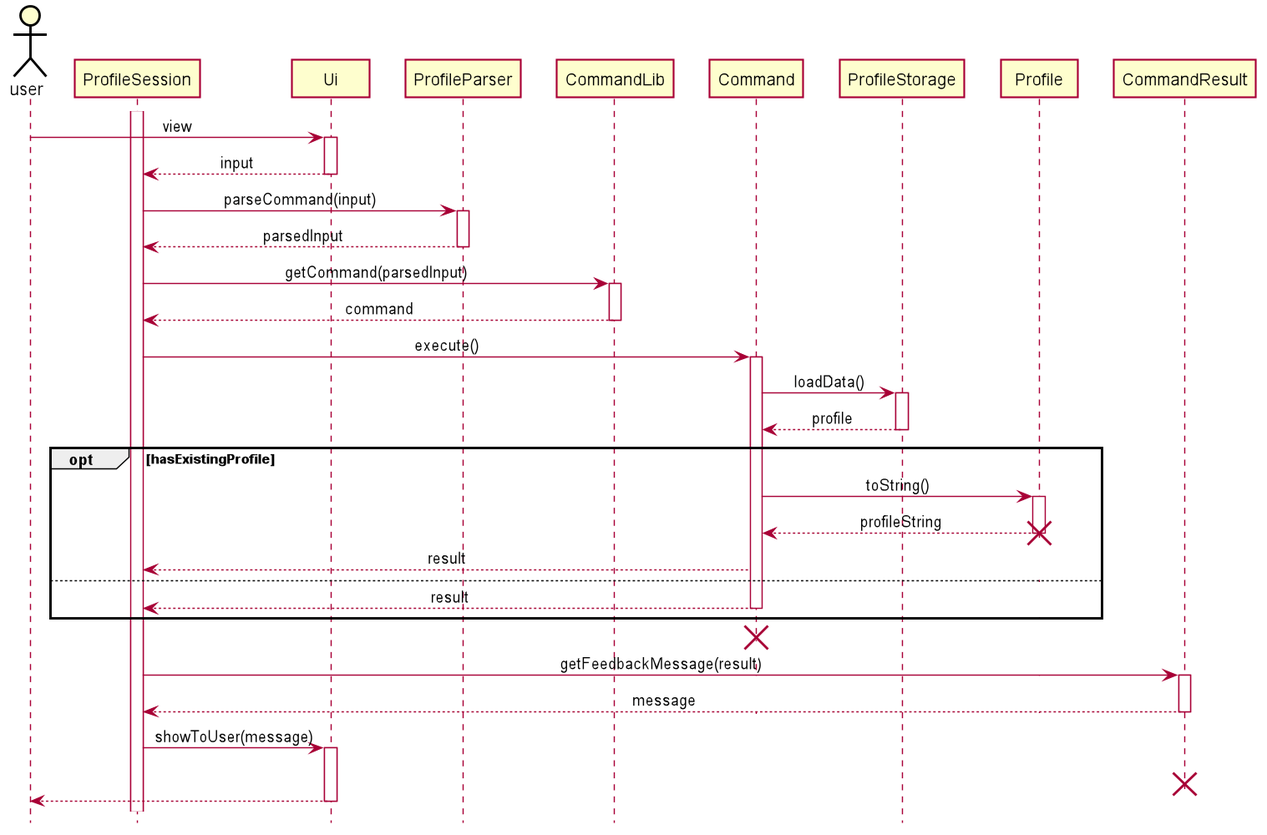
The PlantUML diagram docs/pictures/khoa/ViewProfile.png in zsk612/tp, before a commit.
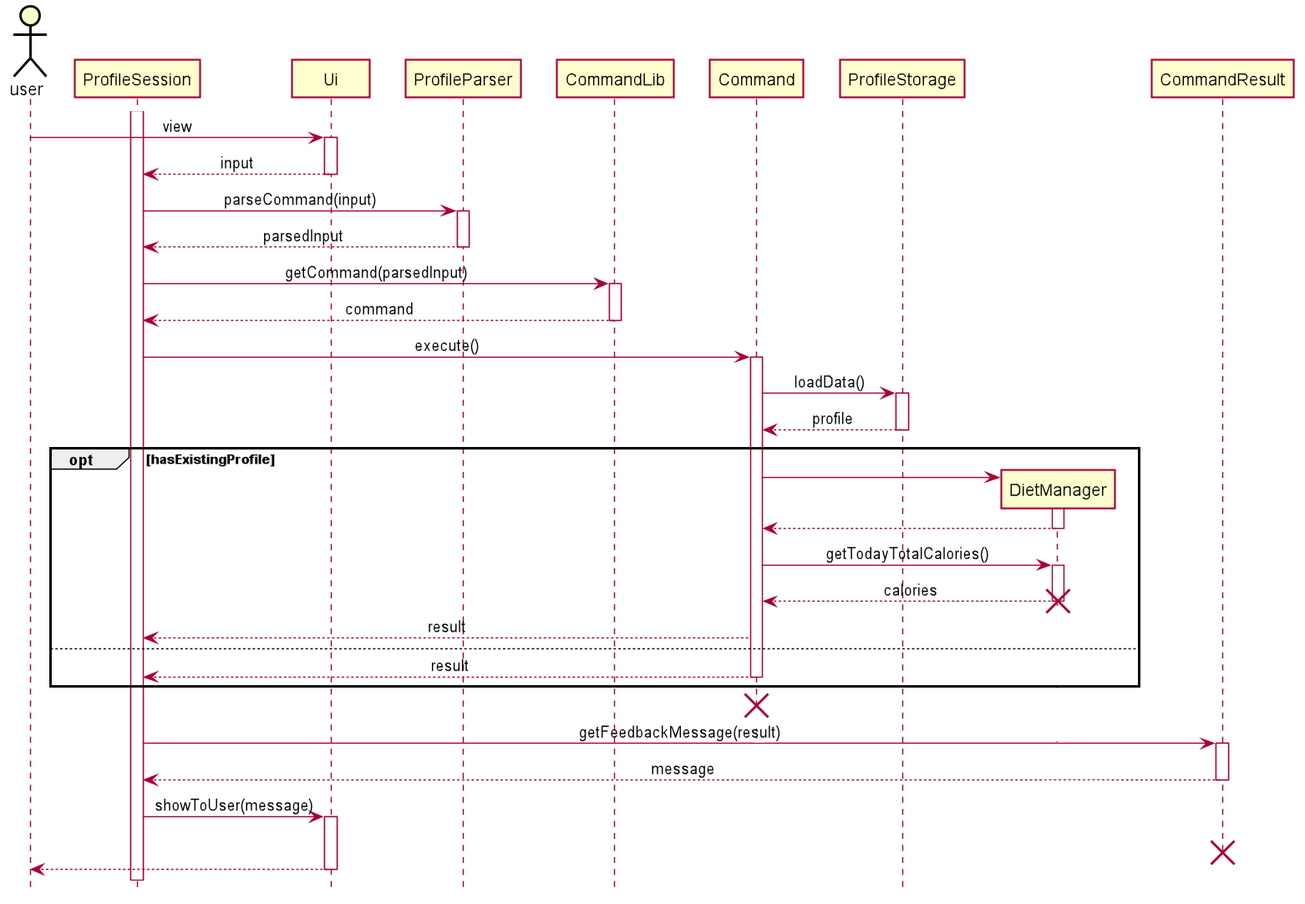
Above is the later version.

Commit message:
Update view profile in DG

Change to the diagram source:
```diff
@@ -57,10 +57,12 @@
 ProfileStorage --> Command -- : profile
 
 opt hasExistingProfile
-    Command -> Profile : toString()
-    activate Profile
-    Profile --> Command -- : profileString
-    destroy Profile
+    Command -> DietManager**
+    activate DietManager
+    DietManager --> Command --
+    Command -> DietManager ++ : getTodayTotalCalories()
+    DietManager --> Command : calories
+    destroy DietManager
     Command --> ProfileSession : result
 else
     Command --> ProfileSession --: result
```
